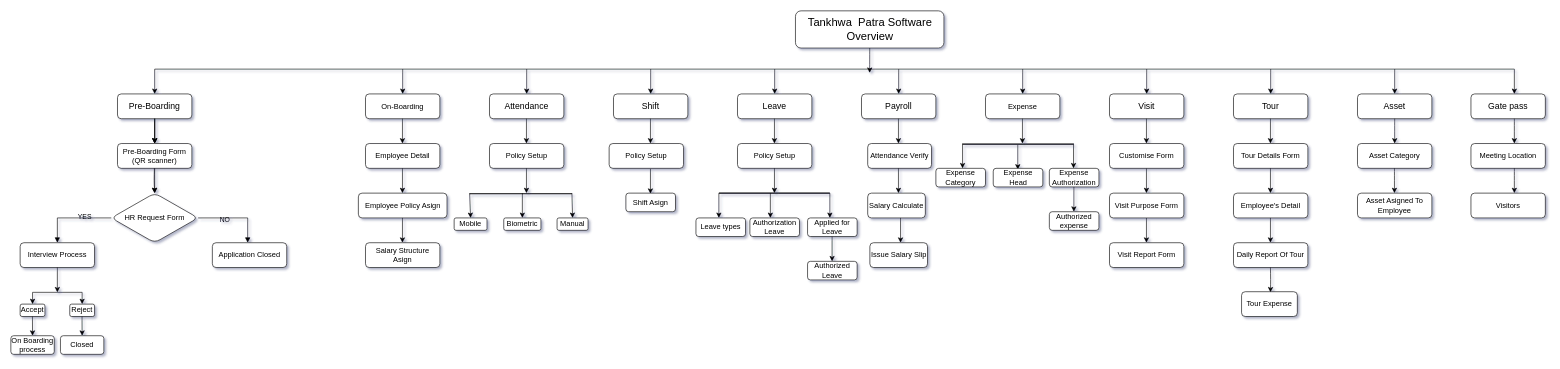
The draw.io diagram Untitled Diagram.drawio in pra17shant/Installation, before the edit. Source tidied: cells renumbered, new cells numbered last; positions are measured from the earlier drawing's top-left corner, leaving out a move shared by most shapes. Both pictures are drawn from the tidied source at 62%, with x=0, y=0 at pixel (11, 11).
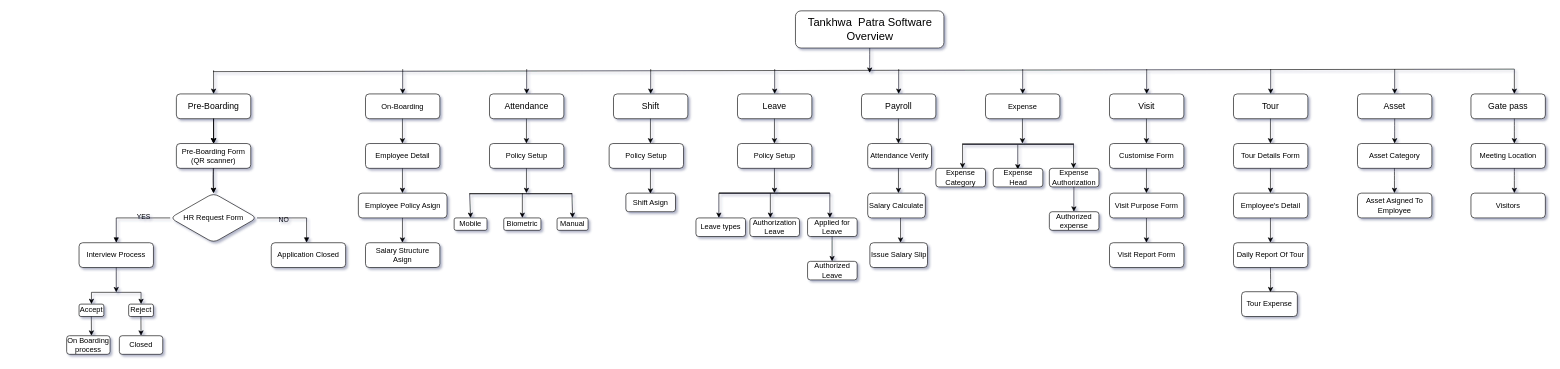
After the change.

Unchanged cells that the change refers to:
```xml
<mxCell id="36" value="HR Request Form" style="rhombus;whiteSpace=wrap;html=1;rounded=1;labelBackgroundColor=none;" parent="32" vertex="1">
  <mxGeometry x="87" y="80" width="140" height="80" as="geometry" />
</mxCell>
```

Change to the diagram source:
```diff
@@
-<mxGraphModel background="#FFFFFF" shadow="1">
+<mxGraphModel background="#ffffff" shadow="1">
@@
     <mxCell id="2" style="endArrow=none;html=1;rounded=1;labelBackgroundColor=none;fontColor=default;" parent="1" edge="1">
       <mxGeometry relative="1" as="geometry">
-        <mxPoint x="232" y="94" as="sourcePoint" />
+        <mxPoint x="326" y="98" as="sourcePoint" />
         <mxPoint x="2425" y="94" as="targetPoint" />
       </mxGeometry>
     </mxCell>
     <mxCell id="3" style="endArrow=classic;html=1;rounded=1;labelBackgroundColor=none;fontColor=default;" parent="1" edge="1" target="13">
       <mxGeometry relative="1" as="geometry">
-        <mxPoint x="232" y="94" as="sourcePoint" />
+        <mxPoint x="327" y="96" as="sourcePoint" />
       </mxGeometry>
     </mxCell>
@@
     <mxCell id="13" value="&lt;font style=&quot;font-size: 14px;&quot;&gt;Pre-Boarding&lt;/font&gt;" style="rounded=1;whiteSpace=wrap;html=1;labelBackgroundColor=none;" parent="1" vertex="1">
-      <mxGeometry x="172" y="134" width="120" height="40" as="geometry" />
+      <mxGeometry x="267" y="134" width="120" height="40" as="geometry" />
     </mxCell>
@@
     <mxCell id="23" style="html=1;align=left;spacingLeft=2;endArrow=block;rounded=1;edgeStyle=orthogonalEdgeStyle;curved=0;rounded=0;labelBackgroundColor=none;fontColor=default;" parent="1" edge="1" source="36">
       <mxGeometry x="-0.06" relative="1" as="geometry">
-        <mxPoint x="382" y="374" as="targetPoint" />
+        <mxPoint x="477" y="374" as="targetPoint" />
         <Array as="points">
-          <mxPoint x="382" y="334" />
+          <mxPoint x="477" y="334" />
         </Array>
       </mxGeometry>
     </mxCell>
@@
     <mxCell id="25" value="Interview Process" style="rounded=1;whiteSpace=wrap;html=1;labelBackgroundColor=none;" parent="1" vertex="1">
-      <mxGeometry x="15" y="374" width="120" height="40" as="geometry" />
+      <mxGeometry x="110" y="374" width="120" height="40" as="geometry" />
     </mxCell>
     <mxCell id="26" value="Application Closed" style="rounded=1;whiteSpace=wrap;html=1;labelBackgroundColor=none;" parent="1" vertex="1">
-      <mxGeometry x="325" y="374" width="120" height="40" as="geometry" />
+      <mxGeometry x="420" y="374" width="120" height="40" as="geometry" />
     </mxCell>
     <mxCell id="27" style="endArrow=none;html=1;rounded=1;labelBackgroundColor=none;fontColor=default;" parent="1" edge="1">
       <mxGeometry relative="1" as="geometry">
-        <mxPoint x="35" y="454" as="sourcePoint" />
-        <mxPoint x="115" y="454" as="targetPoint" />
+        <mxPoint x="130" y="454" as="sourcePoint" />
+        <mxPoint x="210" y="454" as="targetPoint" />
       </mxGeometry>
     </mxCell>
     <mxCell id="28" style="endArrow=classic;html=1;rounded=1;entryX=0.5;entryY=0;entryDx=0;entryDy=0;labelBackgroundColor=none;fontColor=default;" parent="1" edge="1" target="29">
       <mxGeometry relative="1" as="geometry">
-        <mxPoint x="35" y="454" as="sourcePoint" />
+        <mxPoint x="130" y="454" as="sourcePoint" />
       </mxGeometry>
     </mxCell>
     <mxCell id="29" value="Accept" style="rounded=1;whiteSpace=wrap;html=1;labelBackgroundColor=none;" parent="1" vertex="1">
-      <mxGeometry x="15" y="473" width="40" height="20" as="geometry" />
+      <mxGeometry x="110" y="473" width="40" height="20" as="geometry" />
     </mxCell>
     <mxCell id="30" style="endArrow=classic;html=1;rounded=1;exitX=0.5;exitY=1;exitDx=0;exitDy=0;labelBackgroundColor=none;fontColor=default;" parent="1" edge="1">
       <mxGeometry relative="1" as="geometry">
-        <mxPoint x="34.8" y="493" as="sourcePoint" />
-        <mxPoint x="35" y="524" as="targetPoint" />
+        <mxPoint x="129.8" y="493" as="sourcePoint" />
+        <mxPoint x="130" y="524" as="targetPoint" />
       </mxGeometry>
     </mxCell>
     <mxCell id="31" value="On Boarding process" style="rounded=1;whiteSpace=wrap;html=1;labelBackgroundColor=none;" parent="1" vertex="1">
-      <mxGeometry y="524" width="70" height="30" as="geometry" />
+      <mxGeometry x="90" y="524" width="70" height="30" as="geometry" />
     </mxCell>
     <mxCell id="32" style="group;rounded=1;labelBackgroundColor=none;" parent="1" vertex="1">
-      <mxGeometry x="75" y="214" width="227" height="340" as="geometry" />
+      <mxGeometry x="170" y="214" width="227" height="340" as="geometry" />
     </mxCell>
```
